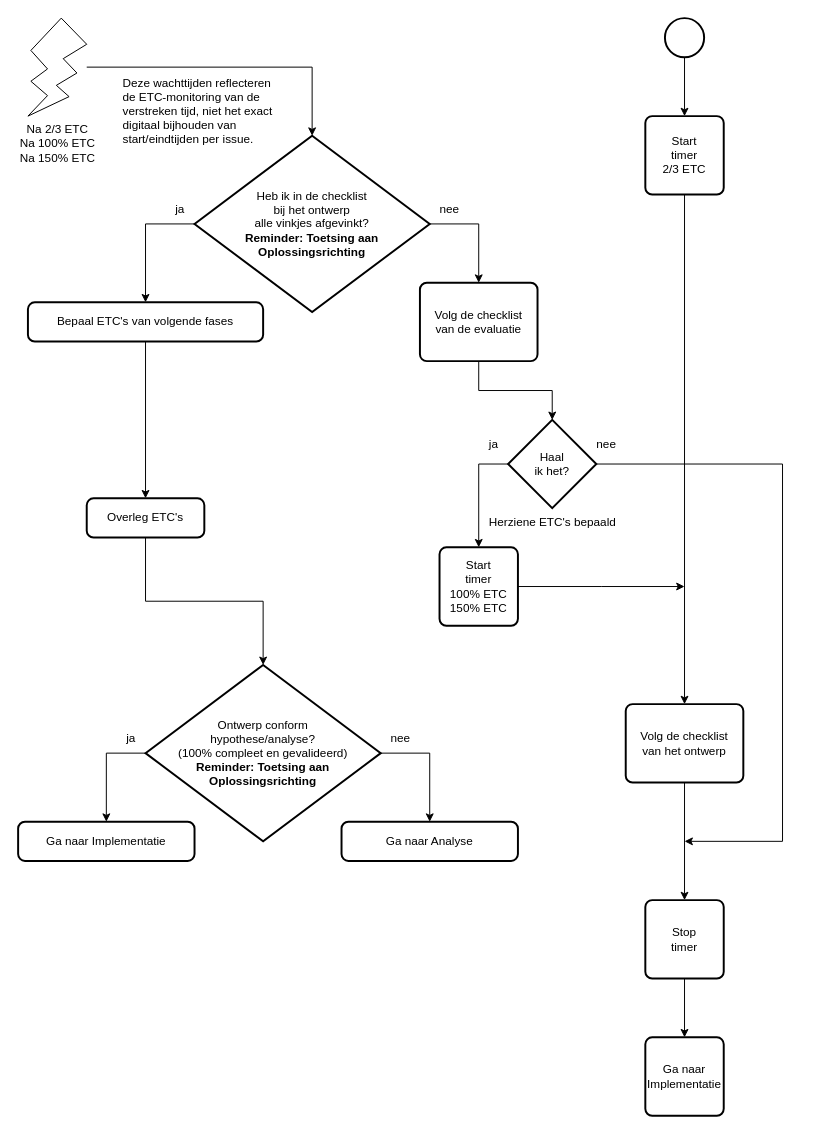
This is 3 Issue Tracker ontwerp.drawio from Zaibatsu89/IssueTracker, a draw.io file, before an edit. Source tidied: cells renumbered, new cells numbered last; positions are measured from the earlier drawing's top-left corner, leaving out a move shared by most shapes. Both pictures are drawn from the tidied source at 98%, with x=0, y=0 at pixel (18, 18).
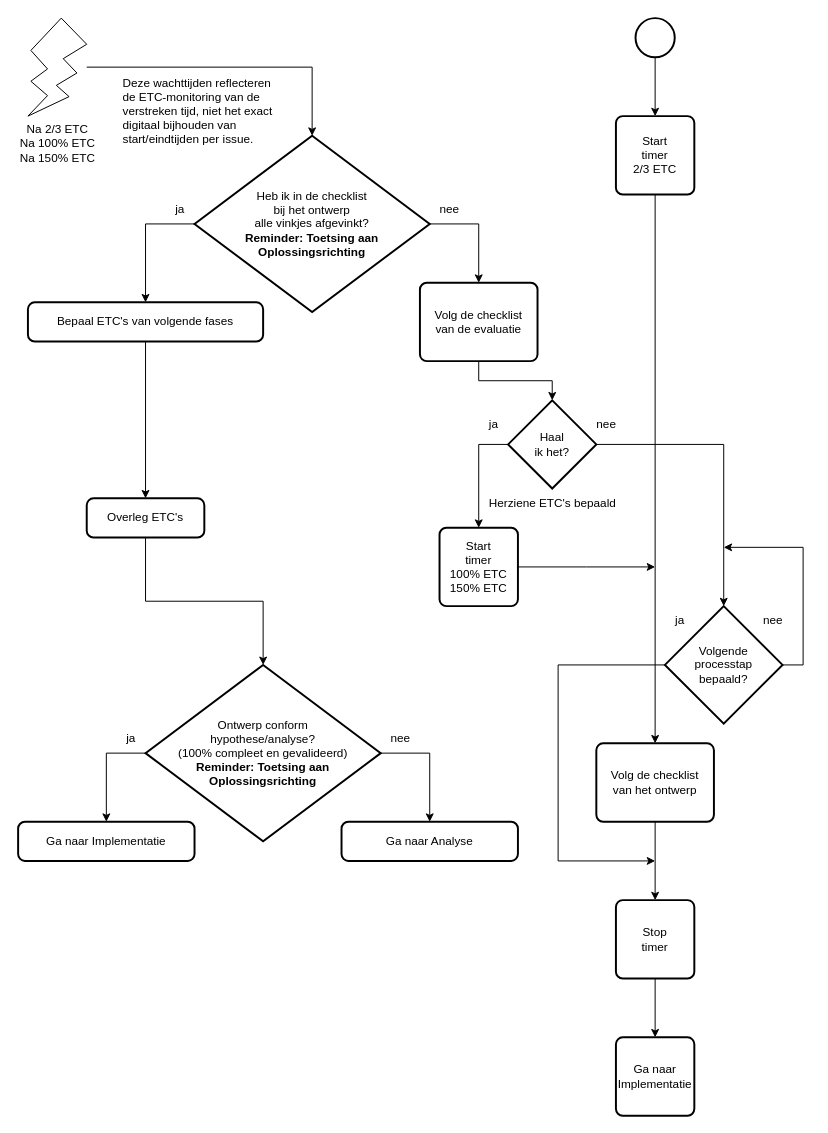
The same page after the edit.

Commit message (it also covers changes not shown here):
Voeg "Volgende processtap bepaald?" toe na "Haal ik het?" in flowcharts

Change to the diagram source:
```diff
@@
     <mxCell id="3" style="strokeWidth=2;html=1;shape=mxgraph.flowchart.start_2;whiteSpace=wrap;" parent="1" vertex="1">
-      <mxGeometry x="660" width="40" height="40" as="geometry" />
+      <mxGeometry x="630" width="40" height="40" as="geometry" />
     </mxCell>
@@
     <mxCell id="5" value="Volg de checklist&lt;br&gt;van het ontwerp" style="rounded=1;whiteSpace=wrap;html=1;absoluteArcSize=1;arcSize=14;strokeWidth=2;" parent="1" vertex="1">
-      <mxGeometry x="620" y="700" width="120" height="80" as="geometry" />
+      <mxGeometry x="590" y="740" width="120" height="80" as="geometry" />
     </mxCell>
@@
     <mxCell id="26" value="Herziene ETC's bepaald" style="text;html=1;align=center;verticalAlign=middle;strokeColor=none;fillColor=none;" parent="1" vertex="1">
-      <mxGeometry x="470" y="500" width="150" height="30" as="geometry" />
+      <mxGeometry x="470" y="480" width="150" height="30" as="geometry" />
     </mxCell>
     <mxCell id="27" value="Ga naar&lt;br&gt;Implementatie" style="rounded=1;whiteSpace=wrap;html=1;absoluteArcSize=1;arcSize=14;strokeWidth=2;" parent="1" vertex="1">
-      <mxGeometry x="640" y="1040" width="80" height="80" as="geometry" />
+      <mxGeometry x="610" y="1040" width="80" height="80" as="geometry" />
     </mxCell>
@@
     <mxCell id="29" value="Start&lt;br&gt;timer&lt;br&gt;2/3 ETC" style="rounded=1;whiteSpace=wrap;html=1;absoluteArcSize=1;arcSize=14;strokeWidth=2;" parent="1" vertex="1">
-      <mxGeometry x="640" y="100" width="80" height="80" as="geometry" />
+      <mxGeometry x="610" y="100" width="80" height="80" as="geometry" />
     </mxCell>
     <mxCell id="30" style="edgeStyle=orthogonalEdgeStyle;rounded=0;jettySize=auto;html=1;exitX=1;exitY=0.5;exitDx=0;exitDy=0;" parent="1" edge="1" source="31">
       <mxGeometry relative="1" as="geometry">
-        <mxPoint x="680" y="580" as="targetPoint" />
+        <mxPoint x="650" y="560" as="targetPoint" />
       </mxGeometry>
     </mxCell>
     <mxCell id="31" value="Start&lt;br&gt;timer&lt;br&gt;100% ETC&lt;br&gt;150% ETC" style="rounded=1;whiteSpace=wrap;html=1;absoluteArcSize=1;arcSize=14;strokeWidth=2;" parent="1" vertex="1">
-      <mxGeometry x="430" y="540" width="80" height="80" as="geometry" />
+      <mxGeometry x="430" y="520" width="80" height="80" as="geometry" />
     </mxCell>
@@
-    <mxCell id="33" style="edgeStyle=orthogonalEdgeStyle;rounded=0;jettySize=auto;html=1;exitX=1;exitY=0.5;exitDx=0;exitDy=0;exitPerimeter=0;" parent="1" edge="1" source="34">
-      <mxGeometry relative="1" as="geometry">
-        <mxPoint x="680" y="840" as="targetPoint" />
-        <Array as="points">
-          <mxPoint x="780" y="455" />
-        </Array>
-      </mxGeometry>
-    </mxCell>
     <mxCell id="34" value="Haal&lt;br&gt;ik het?" style="strokeWidth=2;html=1;shape=mxgraph.flowchart.decision;whiteSpace=wrap;" parent="1" vertex="1">
-      <mxGeometry x="500" y="410" width="90" height="90" as="geometry" />
+      <mxGeometry x="500" y="390" width="90" height="90" as="geometry" />
     </mxCell>
@@
     <mxCell id="36" value="ja" style="text;html=1;align=center;verticalAlign=middle;strokeColor=none;fillColor=none;" parent="1" vertex="1">
-      <mxGeometry x="470" y="420" width="30" height="30" as="geometry" />
+      <mxGeometry x="470" y="400" width="30" height="30" as="geometry" />
     </mxCell>
     <mxCell id="37" value="nee" style="text;html=1;align=center;verticalAlign=middle;strokeColor=none;fillColor=none;" parent="1" vertex="1">
-      <mxGeometry x="580" y="420" width="40" height="30" as="geometry" />
+      <mxGeometry x="580" y="400" width="40" height="30" as="geometry" />
     </mxCell>
@@
     <mxCell id="39" value="Stop&lt;br&gt;timer" style="rounded=1;whiteSpace=wrap;html=1;absoluteArcSize=1;arcSize=14;strokeWidth=2;" parent="1" vertex="1">
-      <mxGeometry x="640" y="900" width="80" height="80" as="geometry" />
+      <mxGeometry x="610" y="900" width="80" height="80" as="geometry" />
     </mxCell>
+    <mxCell id="40" style="edgeStyle=orthogonalEdgeStyle;rounded=0;jettySize=auto;html=1;exitX=1;exitY=0.5;exitDx=0;exitDy=0;exitPerimeter=0;" parent="1" edge="1" source="42">
+      <mxGeometry relative="1" as="geometry">
+        <mxPoint x="720" y="540" as="targetPoint" />
+        <Array as="points">
+          <mxPoint x="801" y="660" />
+        </Array>
+      </mxGeometry>
+    </mxCell>
+    <mxCell id="41" style="edgeStyle=orthogonalEdgeStyle;rounded=0;jettySize=auto;html=1;exitX=0;exitY=0.5;exitDx=0;exitDy=0;exitPerimeter=0;" parent="1" edge="1" source="42">
+      <mxGeometry relative="1" as="geometry">
+        <mxPoint x="650" y="860" as="targetPoint" />
+        <Array as="points">
+          <mxPoint x="551" y="660" />
+        </Array>
+      </mxGeometry>
+    </mxCell>
+    <mxCell id="42" value="Volgende&lt;br&gt;processtap&lt;br&gt;bepaald?" style="strokeWidth=2;html=1;shape=mxgraph.flowchart.decision;whiteSpace=wrap;" parent="1" vertex="1">
+      <mxGeometry x="660" y="600" width="120" height="120" as="geometry" />
+    </mxCell>
+    <mxCell id="43" style="edgeStyle=orthogonalEdgeStyle;rounded=0;jettySize=auto;html=1;entryX=0.5;entryY=0;entryDx=0;entryDy=0;entryPerimeter=0;" parent="1" edge="1" source="34" target="42">
+      <mxGeometry relative="1" as="geometry" />
+    </mxCell>
+    <mxCell id="44" value="nee" style="text;html=1;align=center;verticalAlign=middle;strokeColor=none;fillColor=none;" parent="1" vertex="1">
+      <mxGeometry x="750" y="600" width="40" height="30" as="geometry" />
+    </mxCell>
+    <mxCell id="45" value="ja" style="text;html=1;align=center;verticalAlign=middle;strokeColor=none;fillColor=none;" parent="1" vertex="1">
+      <mxGeometry x="660" y="600" width="30" height="30" as="geometry" />
+    </mxCell>
```
